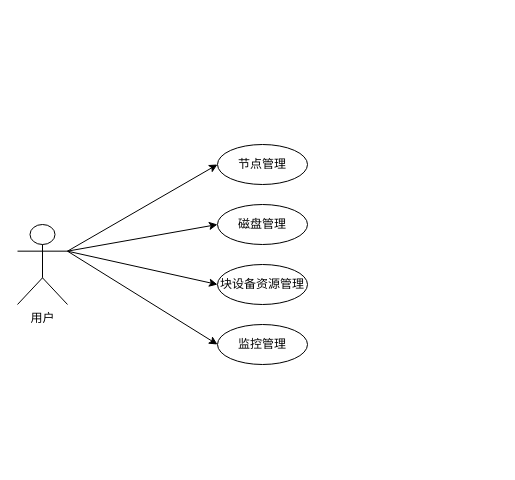
Earlier version of the draw.io diagram 类图.drawio (182023229/image). Source tidied: cells renumbered, new cells numbered last; positions are measured from the earlier drawing's top-left corner, leaving out a move shared by most shapes. Both pictures are drawn from the tidied source at 100%, with x=0, y=0 at pixel (17, 144).
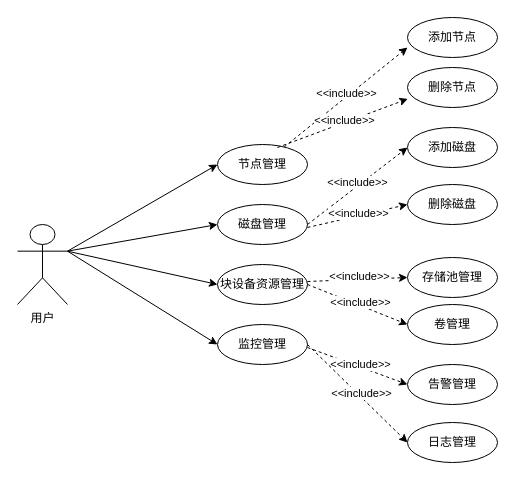
After the change.

Unchanged cells that the change refers to:
```xml
<mxCell id="7" value="节点管理" style="ellipse;whiteSpace=wrap;html=1;" parent="1" vertex="1">
  <mxGeometry x="200" width="90" height="40" as="geometry" />
</mxCell>
<mxCell id="9" value="监控管理" style="ellipse;whiteSpace=wrap;html=1;" parent="1" vertex="1">
  <mxGeometry x="200" y="180" width="90" height="40" as="geometry" />
</mxCell>
<mxCell id="10" value="块设备资源管理" style="ellipse;whiteSpace=wrap;html=1;" parent="1" vertex="1">
  <mxGeometry x="200" y="120" width="90" height="40" as="geometry" />
</mxCell>
```

Diff of the diagram source:
```diff
@@
+    <mxCell id="11" style="rounded=0;jettySize=auto;html=1;entryX=0;entryY=0.75;entryDx=0;entryDy=0;entryPerimeter=0;elbow=vertical;dashed=1;" parent="1" edge="1" source="7" target="13">
+      <mxGeometry relative="1" as="geometry" />
+    </mxCell>
+    <mxCell id="12" value="&amp;lt;&amp;lt;include&amp;gt;&amp;gt;" style="edgeLabel;html=1;align=center;verticalAlign=middle;" parent="11" vertex="1">
+      <mxGeometry x="0.03" y="3" relative="1" as="geometry" />
+    </mxCell>
@@
+    <mxCell id="13" value="添加节点" style="ellipse;whiteSpace=wrap;html=1;" parent="1" vertex="1">
+      <mxGeometry x="390" y="-127" width="90" height="40" as="geometry" />
+    </mxCell>
+    <mxCell id="14" value="删除节点" style="ellipse;whiteSpace=wrap;html=1;" parent="1" vertex="1">
+      <mxGeometry x="390" y="-77" width="90" height="40" as="geometry" />
+    </mxCell>
+    <mxCell id="15" value="添加磁盘" style="ellipse;whiteSpace=wrap;html=1;" parent="1" vertex="1">
+      <mxGeometry x="390" y="-17" width="90" height="40" as="geometry" />
+    </mxCell>
+    <mxCell id="16" value="删除磁盘" style="ellipse;whiteSpace=wrap;html=1;" parent="1" vertex="1">
+      <mxGeometry x="390" y="40" width="90" height="40" as="geometry" />
+    </mxCell>
+    <mxCell id="17" style="rounded=0;jettySize=auto;html=1;entryX=0.004;entryY=0.785;entryDx=0;entryDy=0;entryPerimeter=0;elbow=vertical;dashed=1;" parent="1" edge="1" target="14">
+      <mxGeometry relative="1" as="geometry">
+        <mxPoint x="260" y="3" as="sourcePoint" />
+      </mxGeometry>
+    </mxCell>
+    <mxCell id="18" value="&amp;lt;&amp;lt;include&amp;gt;&amp;gt;" style="edgeLabel;html=1;align=center;verticalAlign=middle;" parent="17" vertex="1">
+      <mxGeometry x="0.03" y="3" relative="1" as="geometry" />
+    </mxCell>
+    <mxCell id="19" value="卷管理" style="ellipse;whiteSpace=wrap;html=1;" parent="1" vertex="1">
+      <mxGeometry x="390" y="160" width="90" height="40" as="geometry" />
+    </mxCell>
+    <mxCell id="20" value="存储池管理" style="ellipse;whiteSpace=wrap;html=1;" parent="1" vertex="1">
+      <mxGeometry x="390" y="113" width="90" height="40" as="geometry" />
+    </mxCell>
+    <mxCell id="21" value="告警管理" style="ellipse;whiteSpace=wrap;html=1;" parent="1" vertex="1">
+      <mxGeometry x="390" y="220" width="90" height="40" as="geometry" />
+    </mxCell>
+    <mxCell id="22" value="日志管理" style="ellipse;whiteSpace=wrap;html=1;" parent="1" vertex="1">
+      <mxGeometry x="390" y="278" width="90" height="40" as="geometry" />
+    </mxCell>
+    <mxCell id="23" style="rounded=0;jettySize=auto;html=1;elbow=vertical;dashed=1;entryX=0;entryY=0.5;entryDx=0;entryDy=0;" parent="1" edge="1" target="15">
+      <mxGeometry relative="1" as="geometry">
+        <mxPoint x="290" y="80" as="sourcePoint" />
+      </mxGeometry>
+    </mxCell>
+    <mxCell id="24" value="&amp;lt;&amp;lt;include&amp;gt;&amp;gt;" style="edgeLabel;html=1;align=center;verticalAlign=middle;" parent="23" vertex="1">
+      <mxGeometry x="0.03" y="3" relative="1" as="geometry" />
+    </mxCell>
+    <mxCell id="25" style="rounded=0;jettySize=auto;html=1;elbow=vertical;dashed=1;entryX=0;entryY=0.5;entryDx=0;entryDy=0;" parent="1" edge="1" target="16">
+      <mxGeometry relative="1" as="geometry">
+        <mxPoint x="290" y="83" as="sourcePoint" />
+      </mxGeometry>
+    </mxCell>
+    <mxCell id="26" value="&amp;lt;&amp;lt;include&amp;gt;&amp;gt;" style="edgeLabel;html=1;align=center;verticalAlign=middle;" parent="25" vertex="1">
+      <mxGeometry x="0.03" y="3" relative="1" as="geometry" />
+    </mxCell>
+    <mxCell id="27" style="rounded=0;jettySize=auto;html=1;elbow=vertical;dashed=1;entryX=0;entryY=0.5;entryDx=0;entryDy=0;" parent="1" edge="1" target="20">
+      <mxGeometry relative="1" as="geometry">
+        <mxPoint x="290" y="137" as="sourcePoint" />
+      </mxGeometry>
+    </mxCell>
+    <mxCell id="28" value="&amp;lt;&amp;lt;include&amp;gt;&amp;gt;" style="edgeLabel;html=1;align=center;verticalAlign=middle;" parent="27" vertex="1">
+      <mxGeometry x="0.03" y="3" relative="1" as="geometry" />
+    </mxCell>
+    <mxCell id="29" style="rounded=0;jettySize=auto;html=1;elbow=vertical;dashed=1;exitX=1;exitY=0.5;exitDx=0;exitDy=0;entryX=0;entryY=0.5;entryDx=0;entryDy=0;" parent="1" edge="1" source="10" target="19">
+      <mxGeometry relative="1" as="geometry" />
+    </mxCell>
+    <mxCell id="30" value="&amp;lt;&amp;lt;include&amp;gt;&amp;gt;" style="edgeLabel;html=1;align=center;verticalAlign=middle;" parent="29" vertex="1">
+      <mxGeometry x="0.03" y="3" relative="1" as="geometry" />
+    </mxCell>
+    <mxCell id="31" style="rounded=0;jettySize=auto;html=1;elbow=vertical;dashed=1;exitX=1;exitY=0.5;exitDx=0;exitDy=0;entryX=0;entryY=0.5;entryDx=0;entryDy=0;entryPerimeter=0;" parent="1" edge="1" target="21">
+      <mxGeometry relative="1" as="geometry">
+        <mxPoint x="290" y="203" as="sourcePoint" />
+      </mxGeometry>
+    </mxCell>
+    <mxCell id="32" value="&amp;lt;&amp;lt;include&amp;gt;&amp;gt;" style="edgeLabel;html=1;align=center;verticalAlign=middle;" parent="31" vertex="1">
+      <mxGeometry x="0.03" y="3" relative="1" as="geometry" />
+    </mxCell>
+    <mxCell id="33" style="rounded=0;jettySize=auto;html=1;elbow=vertical;dashed=1;exitX=1;exitY=0.5;exitDx=0;exitDy=0;entryX=0;entryY=0.5;entryDx=0;entryDy=0;" parent="1" edge="1" source="9" target="22">
+      <mxGeometry relative="1" as="geometry" />
+    </mxCell>
+    <mxCell id="34" value="&amp;lt;&amp;lt;include&amp;gt;&amp;gt;" style="edgeLabel;html=1;align=center;verticalAlign=middle;" parent="33" vertex="1">
+      <mxGeometry x="0.03" y="3" relative="1" as="geometry" />
+    </mxCell>
```
